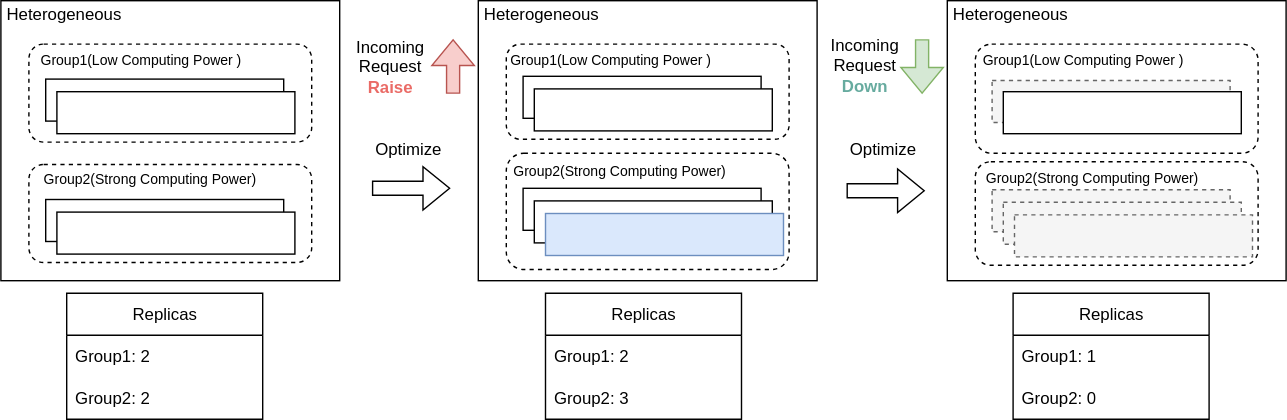
Before: docs/kthena/static/img/architecture-autoscaler-optimize-example.svg, a diagram exported from draw.io (matrixinfer-ai/kthena). Source tidied: cells renumbered, new cells last; positions are measured from the earlier drawing's top-left corner, leaving out a move shared by most shapes. Its diagram source:
```xml
<mxGraphModel>
  <root>
    <mxCell id="0" />
    <mxCell id="1" parent="0" />
    <mxCell id="2" style="rounded=0;whiteSpace=wrap;html=1;" parent="1" vertex="1">
      <mxGeometry width="242" height="200" as="geometry" />
    </mxCell>
    <mxCell id="3" style="rounded=1;whiteSpace=wrap;html=1;dashed=1;" parent="1" vertex="1">
      <mxGeometry x="20" y="31" width="202" height="70" as="geometry" />
    </mxCell>
    <mxCell id="4" style="rounded=0;whiteSpace=wrap;html=1;" parent="1" vertex="1">
      <mxGeometry x="32" y="56" width="170" height="30" as="geometry" />
    </mxCell>
    <mxCell id="5" style="rounded=0;whiteSpace=wrap;html=1;" parent="1" vertex="1">
      <mxGeometry x="40" y="65" width="170" height="30" as="geometry" />
    </mxCell>
    <mxCell id="6" style="rounded=1;whiteSpace=wrap;html=1;dashed=1;" parent="1" vertex="1">
      <mxGeometry x="20" y="117" width="202" height="70" as="geometry" />
    </mxCell>
    <mxCell id="7" style="rounded=0;whiteSpace=wrap;html=1;" parent="1" vertex="1">
      <mxGeometry x="32" y="142" width="170" height="30" as="geometry" />
    </mxCell>
    <mxCell id="8" style="rounded=0;whiteSpace=wrap;html=1;" parent="1" vertex="1">
      <mxGeometry x="40" y="151" width="170" height="30" as="geometry" />
    </mxCell>
    <mxCell id="9" value="Heterogeneous" style="text;html=1;align=center;verticalAlign=middle;whiteSpace=wrap;rounded=0;" parent="1" vertex="1">
      <mxGeometry width="90" height="20" as="geometry" />
    </mxCell>
    <mxCell id="10" value="&amp;nbsp;Group2(Strong Computing Power)" style="text;html=1;align=center;verticalAlign=middle;whiteSpace=wrap;rounded=0;fontSize=10;" parent="1" vertex="1">
      <mxGeometry x="20" y="116" width="170" height="23" as="geometry" />
    </mxCell>
    <mxCell id="11" style="rounded=0;whiteSpace=wrap;html=1;" parent="1" vertex="1">
      <mxGeometry x="341" width="242" height="200" as="geometry" />
    </mxCell>
    <mxCell id="12" style="rounded=1;whiteSpace=wrap;html=1;dashed=1;" parent="1" vertex="1">
      <mxGeometry x="361" y="31" width="202" height="68" as="geometry" />
    </mxCell>
    <mxCell id="13" style="rounded=1;whiteSpace=wrap;html=1;dashed=1;" parent="1" vertex="1">
      <mxGeometry x="361" y="109" width="202" height="83" as="geometry" />
    </mxCell>
    <mxCell id="14" value="Inference Instance" style="rounded=0;whiteSpace=wrap;html=1;" parent="1" vertex="1">
      <mxGeometry x="373" y="134" width="170" height="30" as="geometry" />
    </mxCell>
    <mxCell id="15" style="rounded=0;whiteSpace=wrap;html=1;" parent="1" vertex="1">
      <mxGeometry x="381" y="143" width="170" height="30" as="geometry" />
    </mxCell>
    <mxCell id="16" value="Heterogeneous" style="text;html=1;align=center;verticalAlign=middle;whiteSpace=wrap;rounded=0;" parent="1" vertex="1">
      <mxGeometry x="341" width="90" height="20" as="geometry" />
    </mxCell>
    <mxCell id="17" style="shape=flexArrow;endArrow=classic;html=1;rounded=0;" parent="1" edge="1">
      <mxGeometry relative="1" as="geometry">
        <mxPoint x="265" y="134" as="sourcePoint" />
        <mxPoint x="321" y="134" as="targetPoint" />
      </mxGeometry>
    </mxCell>
    <mxCell id="18" style="rounded=0;whiteSpace=wrap;html=1;fillColor=#dae8fc;strokeColor=#6c8ebf;" parent="1" vertex="1">
      <mxGeometry x="389" y="152" width="170" height="30" as="geometry" />
    </mxCell>
    <mxCell id="19" value="Optimize" style="text;html=1;align=center;verticalAlign=middle;whiteSpace=wrap;rounded=0;" parent="1" vertex="1">
      <mxGeometry x="261" y="91" width="60" height="30" as="geometry" />
    </mxCell>
    <mxCell id="20" value="Group1(Low Computing Power&amp;nbsp;)" style="text;html=1;align=center;verticalAlign=middle;whiteSpace=wrap;rounded=0;fontSize=10;" parent="1" vertex="1">
      <mxGeometry x="20" y="31" width="160" height="23" as="geometry" />
    </mxCell>
    <mxCell id="21" style="rounded=0;whiteSpace=wrap;html=1;" parent="1" vertex="1">
      <mxGeometry x="676" width="242" height="200" as="geometry" />
    </mxCell>
    <mxCell id="22" style="rounded=1;whiteSpace=wrap;html=1;dashed=1;" parent="1" vertex="1">
      <mxGeometry x="696" y="31" width="202" height="78" as="geometry" />
    </mxCell>
    <mxCell id="23" style="rounded=1;whiteSpace=wrap;html=1;dashed=1;" parent="1" vertex="1">
      <mxGeometry x="696" y="115" width="202" height="74" as="geometry" />
    </mxCell>
    <mxCell id="24" value="Heterogeneous" style="text;html=1;align=center;verticalAlign=middle;whiteSpace=wrap;rounded=0;" parent="1" vertex="1">
      <mxGeometry x="676" width="90" height="20" as="geometry" />
    </mxCell>
    <mxCell id="25" value="Incoming&lt;div&gt;Request&lt;/div&gt;&lt;div&gt;&lt;b&gt;&lt;font style=&quot;color: rgb(234, 107, 102);&quot;&gt;Raise&lt;/font&gt;&lt;/b&gt;&lt;/div&gt;" style="text;html=1;align=center;verticalAlign=middle;whiteSpace=wrap;rounded=0;" parent="1" vertex="1">
      <mxGeometry x="244" y="22" width="68" height="50" as="geometry" />
    </mxCell>
    <mxCell id="26" value="Group1(Low Computing Power&amp;nbsp;)" style="text;html=1;align=center;verticalAlign=middle;whiteSpace=wrap;rounded=0;fontSize=10;" parent="1" vertex="1">
      <mxGeometry x="361" y="31" width="149" height="23" as="geometry" />
    </mxCell>
    <mxCell id="27" value="&amp;nbsp;Group2(Strong Computing Power)" style="text;html=1;align=center;verticalAlign=middle;whiteSpace=wrap;rounded=0;fontSize=10;" parent="1" vertex="1">
      <mxGeometry x="361" y="109" width="159" height="23" as="geometry" />
    </mxCell>
    <mxCell id="28" value="&amp;nbsp;Group2(Strong Computing Power)" style="text;html=1;align=center;verticalAlign=middle;whiteSpace=wrap;rounded=0;fontSize=10;" parent="1" vertex="1">
      <mxGeometry x="696" y="114" width="164" height="23" as="geometry" />
    </mxCell>
    <mxCell id="29" value="Group1(Low Computing Power&amp;nbsp;)" style="text;html=1;align=center;verticalAlign=middle;whiteSpace=wrap;rounded=0;fontSize=10;" parent="1" vertex="1">
      <mxGeometry x="696" y="31" width="154" height="23" as="geometry" />
    </mxCell>
    <mxCell id="30" style="rounded=0;whiteSpace=wrap;html=1;dashed=1;fillColor=#f5f5f5;fontColor=#333333;strokeColor=#666666;" parent="1" vertex="1">
      <mxGeometry x="708" y="57" width="170" height="30" as="geometry" />
    </mxCell>
    <mxCell id="31" style="rounded=0;whiteSpace=wrap;html=1;" parent="1" vertex="1">
      <mxGeometry x="716" y="65" width="170" height="30" as="geometry" />
    </mxCell>
    <mxCell id="32" style="shape=flexArrow;endArrow=classic;html=1;rounded=0;" parent="1" edge="1">
      <mxGeometry relative="1" as="geometry">
        <mxPoint x="604" y="135.8" as="sourcePoint" />
        <mxPoint x="660" y="135.8" as="targetPoint" />
      </mxGeometry>
    </mxCell>
    <mxCell id="33" value="Optimize" style="text;html=1;align=center;verticalAlign=middle;whiteSpace=wrap;rounded=0;" parent="1" vertex="1">
      <mxGeometry x="600" y="91" width="60" height="30" as="geometry" />
    </mxCell>
    <mxCell id="34" value="Replicas" style="swimlane;fontStyle=0;horizontal=1;startSize=30;whiteSpace=wrap;html=1;" parent="1" vertex="1">
      <mxGeometry x="47" y="209" width="140" height="90" as="geometry" />
    </mxCell>
    <mxCell id="35" value="Group1: 2" style="text;strokeColor=none;fillColor=none;align=left;verticalAlign=middle;spacingLeft=4;spacingRight=4;overflow=hidden;whiteSpace=wrap;html=1;" parent="34" vertex="1">
      <mxGeometry y="30" width="140" height="30" as="geometry" />
    </mxCell>
    <mxCell id="36" value="Group2: 2" style="text;strokeColor=none;fillColor=none;align=left;verticalAlign=middle;spacingLeft=4;spacingRight=4;overflow=hidden;whiteSpace=wrap;html=1;" parent="34" vertex="1">
      <mxGeometry y="60" width="140" height="30" as="geometry" />
    </mxCell>
    <mxCell id="37" style="shape=flexArrow;endArrow=classic;html=1;rounded=0;width=9.333333333333334;endSize=5.776666666666666;fillColor=#f8cecc;strokeColor=#b85450;" parent="1" edge="1">
      <mxGeometry relative="1" as="geometry">
        <mxPoint x="323" y="66.5" as="sourcePoint" />
        <mxPoint x="323" y="27.5" as="targetPoint" />
      </mxGeometry>
    </mxCell>
    <mxCell id="38" value="Incoming&lt;div&gt;Request&lt;/div&gt;&lt;div&gt;&lt;b&gt;&lt;font style=&quot;color: rgb(103, 171, 159);&quot;&gt;Down&lt;/font&gt;&lt;/b&gt;&lt;/div&gt;" style="text;html=1;align=center;verticalAlign=middle;whiteSpace=wrap;rounded=0;" parent="1" vertex="1">
      <mxGeometry x="583" y="21" width="68" height="50" as="geometry" />
    </mxCell>
    <mxCell id="39" value="Replicas" style="swimlane;fontStyle=0;horizontal=1;startSize=30;whiteSpace=wrap;html=1;" parent="1" vertex="1">
      <mxGeometry x="389" y="209" width="140" height="90" as="geometry" />
    </mxCell>
    <mxCell id="40" value="Group1: 2" style="text;strokeColor=none;fillColor=none;align=left;verticalAlign=middle;spacingLeft=4;spacingRight=4;overflow=hidden;whiteSpace=wrap;html=1;" parent="39" vertex="1">
      <mxGeometry y="30" width="140" height="30" as="geometry" />
    </mxCell>
    <mxCell id="41" value="Group2: 3" style="text;strokeColor=none;fillColor=none;align=left;verticalAlign=middle;spacingLeft=4;spacingRight=4;overflow=hidden;whiteSpace=wrap;html=1;" parent="39" vertex="1">
      <mxGeometry y="60" width="140" height="30" as="geometry" />
    </mxCell>
    <mxCell id="42" value="Replicas" style="swimlane;fontStyle=0;horizontal=1;startSize=30;whiteSpace=wrap;html=1;" parent="1" vertex="1">
      <mxGeometry x="723" y="209" width="140" height="90" as="geometry" />
    </mxCell>
    <mxCell id="43" value="Group1: 1" style="text;strokeColor=none;fillColor=none;align=left;verticalAlign=middle;spacingLeft=4;spacingRight=4;overflow=hidden;whiteSpace=wrap;html=1;" parent="42" vertex="1">
      <mxGeometry y="30" width="140" height="30" as="geometry" />
    </mxCell>
    <mxCell id="44" value="Group2: 0" style="text;strokeColor=none;fillColor=none;align=left;verticalAlign=middle;spacingLeft=4;spacingRight=4;overflow=hidden;whiteSpace=wrap;html=1;" parent="42" vertex="1">
      <mxGeometry y="60" width="140" height="30" as="geometry" />
    </mxCell>
    <mxCell id="45" style="shape=flexArrow;endArrow=classic;html=1;rounded=0;width=9.333333333333334;endSize=5.776666666666666;fillColor=#d5e8d4;strokeColor=#82b366;" parent="1" edge="1">
      <mxGeometry relative="1" as="geometry">
        <mxPoint x="658" y="27.5" as="sourcePoint" />
        <mxPoint x="658" y="66.5" as="targetPoint" />
      </mxGeometry>
    </mxCell>
    <mxCell id="46" style="rounded=0;whiteSpace=wrap;html=1;" parent="1" vertex="1">
      <mxGeometry x="373" y="54" width="170" height="30" as="geometry" />
    </mxCell>
    <mxCell id="47" style="rounded=0;whiteSpace=wrap;html=1;" parent="1" vertex="1">
      <mxGeometry x="381" y="63" width="170" height="30" as="geometry" />
    </mxCell>
    <mxCell id="48" value="Inference Instance" style="rounded=0;whiteSpace=wrap;html=1;dashed=1;fillColor=#f5f5f5;fontColor=#333333;strokeColor=#666666;" parent="1" vertex="1">
      <mxGeometry x="708" y="135" width="170" height="30" as="geometry" />
    </mxCell>
    <mxCell id="49" style="rounded=0;whiteSpace=wrap;html=1;dashed=1;fillColor=#f5f5f5;fontColor=#333333;strokeColor=#666666;" parent="1" vertex="1">
      <mxGeometry x="716" y="144" width="170" height="30" as="geometry" />
    </mxCell>
    <mxCell id="50" style="rounded=0;whiteSpace=wrap;html=1;fillColor=#f5f5f5;fontColor=#333333;strokeColor=#666666;dashed=1;" parent="1" vertex="1">
      <mxGeometry x="724" y="153" width="170" height="30" as="geometry" />
    </mxCell>
  </root>
</mxGraphModel>
```
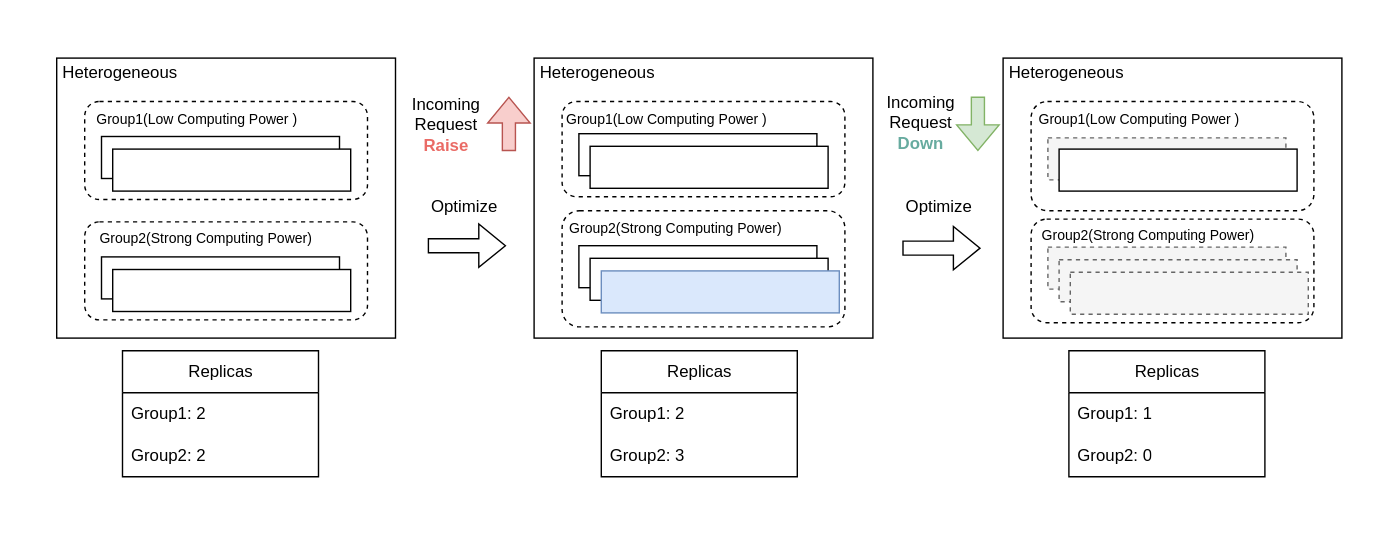
After the commit.

Change to the diagram source:
```diff
@@ -2,10 +2,13 @@
   <root>
     <mxCell id="0" />
     <mxCell id="1" parent="0" />
+    <mxCell id="51" style="rounded=0;whiteSpace=wrap;html=1;fillColor=none;strokeColor=none;" parent="1" vertex="1">
+      <mxGeometry x="-40" y="-41" width="1000" height="390" as="geometry" />
+    </mxCell>
-    <mxCell id="2" style="rounded=0;whiteSpace=wrap;html=1;" parent="1" vertex="1">
+    <mxCell id="2" style="rounded=0;whiteSpace=wrap;html=1;fillColor=default;" parent="1" vertex="1">
       <mxGeometry width="242" height="200" as="geometry" />
     </mxCell>
-    <mxCell id="3" style="rounded=1;whiteSpace=wrap;html=1;dashed=1;" parent="1" vertex="1">
+    <mxCell id="3" style="rounded=1;whiteSpace=wrap;html=1;dashed=1;fillColor=none;" parent="1" vertex="1">
       <mxGeometry x="20" y="31" width="202" height="70" as="geometry" />
     </mxCell>
     <mxCell id="4" style="rounded=0;whiteSpace=wrap;html=1;" parent="1" vertex="1">
@@ -14,7 +17,7 @@
     <mxCell id="5" style="rounded=0;whiteSpace=wrap;html=1;" parent="1" vertex="1">
       <mxGeometry x="40" y="65" width="170" height="30" as="geometry" />
     </mxCell>
-    <mxCell id="6" style="rounded=1;whiteSpace=wrap;html=1;dashed=1;" parent="1" vertex="1">
+    <mxCell id="6" style="rounded=1;whiteSpace=wrap;html=1;dashed=1;fillColor=none;" parent="1" vertex="1">
       <mxGeometry x="20" y="117" width="202" height="70" as="geometry" />
     </mxCell>
     <mxCell id="7" style="rounded=0;whiteSpace=wrap;html=1;" parent="1" vertex="1">
@@ -29,13 +32,13 @@
     <mxCell id="10" value="&amp;nbsp;Group2(Strong Computing Power)" style="text;html=1;align=center;verticalAlign=middle;whiteSpace=wrap;rounded=0;fontSize=10;" parent="1" vertex="1">
       <mxGeometry x="20" y="116" width="170" height="23" as="geometry" />
     </mxCell>
-    <mxCell id="11" style="rounded=0;whiteSpace=wrap;html=1;" parent="1" vertex="1">
+    <mxCell id="11" style="rounded=0;whiteSpace=wrap;html=1;fillColor=default;" parent="1" vertex="1">
       <mxGeometry x="341" width="242" height="200" as="geometry" />
     </mxCell>
-    <mxCell id="12" style="rounded=1;whiteSpace=wrap;html=1;dashed=1;" parent="1" vertex="1">
+    <mxCell id="12" style="rounded=1;whiteSpace=wrap;html=1;dashed=1;fillColor=none;" parent="1" vertex="1">
       <mxGeometry x="361" y="31" width="202" height="68" as="geometry" />
     </mxCell>
-    <mxCell id="13" style="rounded=1;whiteSpace=wrap;html=1;dashed=1;" parent="1" vertex="1">
+    <mxCell id="13" style="rounded=1;whiteSpace=wrap;html=1;dashed=1;fillColor=none;" parent="1" vertex="1">
       <mxGeometry x="361" y="109" width="202" height="83" as="geometry" />
     </mxCell>
     <mxCell id="14" value="Inference Instance" style="rounded=0;whiteSpace=wrap;html=1;" parent="1" vertex="1">
@@ -62,13 +65,13 @@
     <mxCell id="20" value="Group1(Low Computing Power&amp;nbsp;)" style="text;html=1;align=center;verticalAlign=middle;whiteSpace=wrap;rounded=0;fontSize=10;" parent="1" vertex="1">
       <mxGeometry x="20" y="31" width="160" height="23" as="geometry" />
     </mxCell>
-    <mxCell id="21" style="rounded=0;whiteSpace=wrap;html=1;" parent="1" vertex="1">
+    <mxCell id="21" style="rounded=0;whiteSpace=wrap;html=1;fillColor=default;" parent="1" vertex="1">
       <mxGeometry x="676" width="242" height="200" as="geometry" />
     </mxCell>
-    <mxCell id="22" style="rounded=1;whiteSpace=wrap;html=1;dashed=1;" parent="1" vertex="1">
+    <mxCell id="22" style="rounded=1;whiteSpace=wrap;html=1;dashed=1;fillColor=none;" parent="1" vertex="1">
       <mxGeometry x="696" y="31" width="202" height="78" as="geometry" />
     </mxCell>
-    <mxCell id="23" style="rounded=1;whiteSpace=wrap;html=1;dashed=1;" parent="1" vertex="1">
+    <mxCell id="23" style="rounded=1;whiteSpace=wrap;html=1;dashed=1;fillColor=none;" parent="1" vertex="1">
       <mxGeometry x="696" y="115" width="202" height="74" as="geometry" />
     </mxCell>
     <mxCell id="24" value="Heterogeneous" style="text;html=1;align=center;verticalAlign=middle;whiteSpace=wrap;rounded=0;" parent="1" vertex="1">
```
